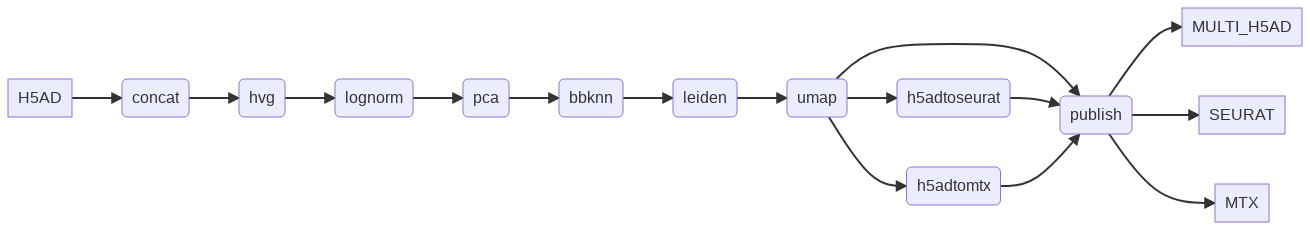
Above: docs/figures/bbknn-integration.png in openpipelines-bio/openpipeline (Mermaid), before the change. Its source is kept beside it as docs/mermaid/bbknn-integration.mermaid. Its diagram source:
```mermaid
graph LR
    H5AD[H5AD]
    MULTI_H5AD[MULTI_H5AD]
    SEURAT[SEURAT]
    MTX[MTX]

    concat(concat)
    lognorm(lognorm)
    hvg(hvg)
    pca(pca)
    bbknn(bbknn)
    leiden(leiden)
    umap(umap)
    publish(publish)
    h5adtoseurat(h5adtoseurat)
    h5adtomtx(h5adtomtx)

    H5AD --> concat --> hvg --> lognorm  --> pca --> bbknn --> leiden --> umap --> publish --> MULTI_H5AD
    umap --> h5adtoseurat --> publish --> SEURAT
    umap --> h5adtomtx --> publish --> MTX






```
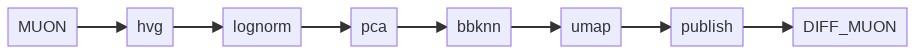
After the commit.

Diff of the diagram source:
```diff
@@ -1,26 +1,10 @@
 graph LR
-    H5AD[H5AD]
-    MULTI_H5AD[MULTI_H5AD]
-    SEURAT[SEURAT]
-    MTX[MTX]
-
-    concat(concat)
-    lognorm(lognorm)
-    hvg(hvg)
-    pca(pca)
-    bbknn(bbknn)
-    leiden(leiden)
-    umap(umap)
-    publish(publish)
-    h5adtoseurat(h5adtoseurat)
-    h5adtomtx(h5adtomtx)
-
-    H5AD --> concat --> hvg --> lognorm  --> pca --> bbknn --> leiden --> umap --> publish --> MULTI_H5AD
-    umap --> h5adtoseurat --> publish --> SEURAT
-    umap --> h5adtomtx --> publish --> MTX
+    MUON --> hvg --> lognorm  --> pca
+    pca --> bbknn --> umap --> publish --> DIFF_MUON
 
 
 
 
 
 
+
```
